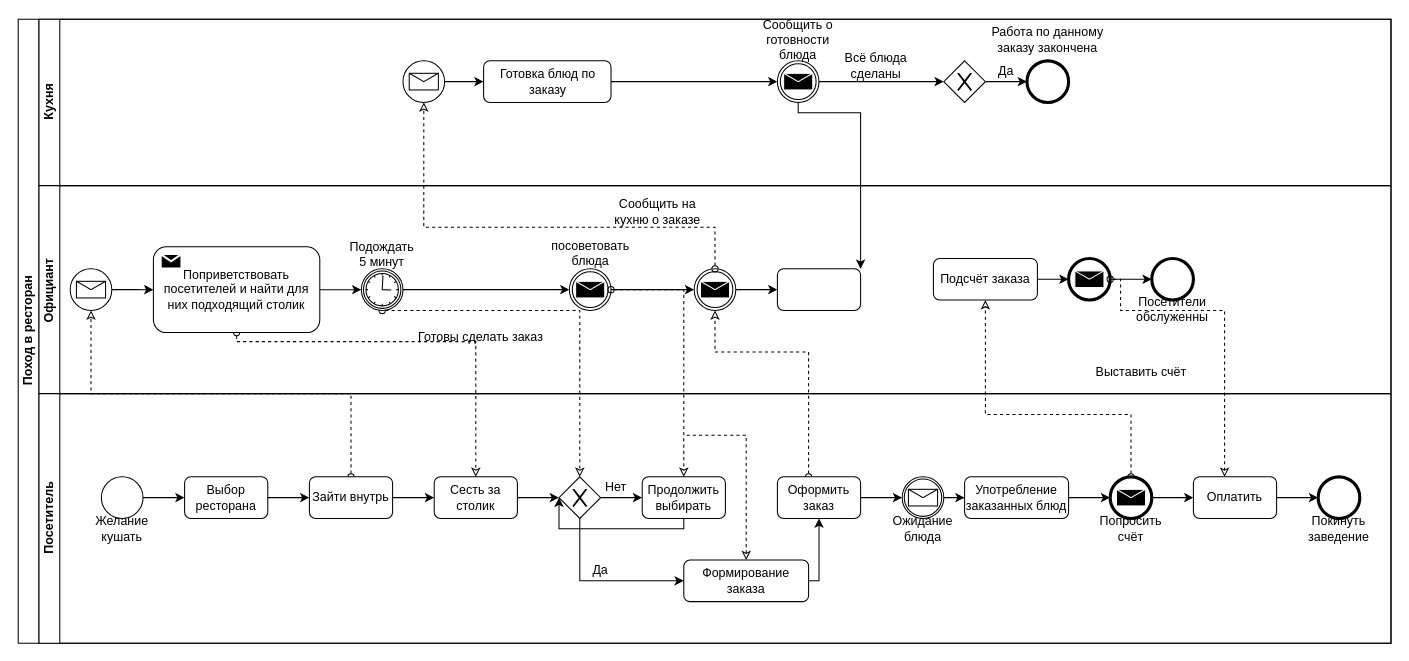
monsegard/portfolio keeps this draw.io diagram as Untitled Diagram.drawio. Above is the earlier version. Source tidied: cells renumbered, new cells numbered last; positions are measured from the earlier drawing's top-left corner, leaving out a move shared by most shapes. Both pictures are drawn from the tidied source at 104%, with x=0, y=0 at pixel (18, 19).
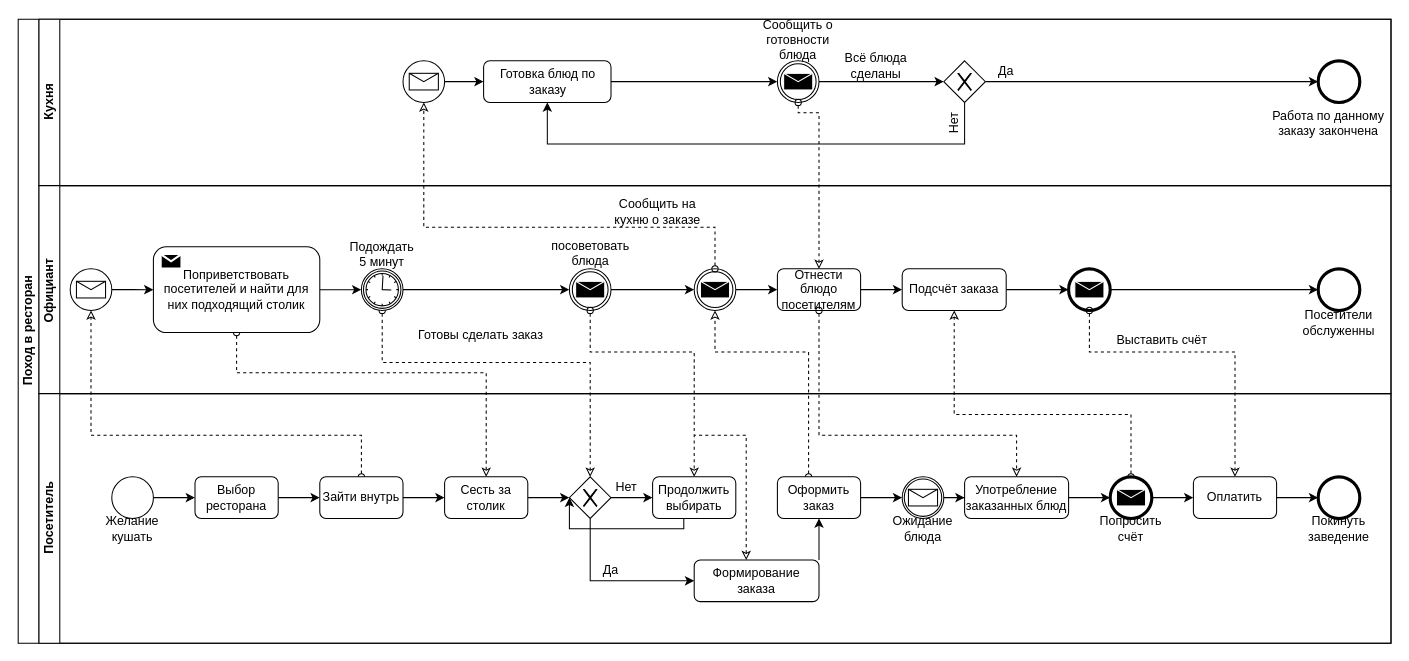
After the change.

The change refers to these unchanged cells:
```xml
<mxCell id="2" value="Поход в ресторан" style="swimlane;html=1;horizontal=0;startSize=20;" parent="1" vertex="1">
  <mxGeometry width="1320" height="600" as="geometry" />
</mxCell>
<mxCell id="3" value="Кухня" style="swimlane;html=1;startSize=20;horizontal=0;" parent="2" vertex="1">
  <mxGeometry x="20" width="1300" height="160" as="geometry" />
</mxCell>
<mxCell id="7" value="Готовка блюд по заказу" style="rounded=1;whiteSpace=wrap;html=1;" parent="3" vertex="1">
  <mxGeometry x="427.5" y="40" width="122.5" height="40" as="geometry" />
</mxCell>
<mxCell id="8" style="shape=mxgraph.bpmn.shape;html=1;verticalLabelPosition=bottom;labelBackgroundColor=#ffffff;verticalAlign=top;align=center;perimeter=ellipsePerimeter;outlineConnect=0;outline=throwing;symbol=message;" parent="3" vertex="1">
  <mxGeometry x="710" y="40" width="40" height="40" as="geometry" />
</mxCell>
<mxCell id="16" style="shape=mxgraph.bpmn.shape;html=1;verticalLabelPosition=bottom;labelBackgroundColor=#ffffff;verticalAlign=top;align=center;perimeter=rhombusPerimeter;background=gateway;outlineConnect=0;outline=none;symbol=exclusiveGw;" parent="3" vertex="1">
  <mxGeometry x="870" y="40" width="40" height="40" as="geometry" />
</mxCell>
<mxCell id="20" value="Официант&amp;nbsp;&lt;br&gt;" style="swimlane;html=1;startSize=20;horizontal=0;" parent="2" vertex="1">
  <mxGeometry x="20" y="160" width="1300" height="200" as="geometry" />
</mxCell>
<mxCell id="22" style="shape=mxgraph.bpmn.shape;html=1;verticalLabelPosition=bottom;labelBackgroundColor=#ffffff;verticalAlign=top;align=center;perimeter=ellipsePerimeter;outlineConnect=0;outline=standard;symbol=message;" parent="20" vertex="1">
  <mxGeometry x="30" y="80" width="40" height="40" as="geometry" />
</mxCell>
<mxCell id="24" value="Поприветствовать посетителей и найти для них подходящий столик" style="html=1;whiteSpace=wrap;rounded=1;" parent="20" vertex="1">
  <mxGeometry x="110" y="58.8" width="160" height="82.5" as="geometry" />
</mxCell>
<mxCell id="27" style="shape=mxgraph.bpmn.shape;html=1;verticalLabelPosition=bottom;labelBackgroundColor=#ffffff;verticalAlign=top;align=center;perimeter=ellipsePerimeter;outlineConnect=0;outline=catching;symbol=timer;" parent="20" vertex="1">
  <mxGeometry x="310" y="80" width="40" height="40" as="geometry" />
</mxCell>
<mxCell id="32" style="shape=mxgraph.bpmn.shape;html=1;verticalLabelPosition=bottom;labelBackgroundColor=#ffffff;verticalAlign=top;align=center;perimeter=ellipsePerimeter;outlineConnect=0;outline=throwing;symbol=message;" parent="20" vertex="1">
  <mxGeometry x="510" y="80" width="40" height="40" as="geometry" />
</mxCell>
<mxCell id="50" value="Посетитель" style="swimlane;html=1;startSize=20;horizontal=0;" parent="2" vertex="1">
  <mxGeometry x="20" y="360" width="1300" height="240" as="geometry" />
</mxCell>
<mxCell id="70" value="Оформить заказ" style="rounded=1;whiteSpace=wrap;html=1;" parent="50" vertex="1">
  <mxGeometry x="710" y="80" width="80" height="40" as="geometry" />
</mxCell>
<mxCell id="73" value="Употребление заказанных блюд" style="rounded=1;whiteSpace=wrap;html=1;" parent="50" vertex="1">
  <mxGeometry x="890" y="80" width="100" height="40" as="geometry" />
</mxCell>
<mxCell id="77" value="Оплатить" style="rounded=1;whiteSpace=wrap;html=1;" parent="50" vertex="1">
  <mxGeometry x="1110" y="80" width="80" height="40" as="geometry" />
</mxCell>
```

Change to the diagram source:
```diff
@@
     <mxCell id="13" style="shape=mxgraph.bpmn.shape;html=1;verticalLabelPosition=bottom;labelBackgroundColor=#ffffff;verticalAlign=top;align=center;perimeter=ellipsePerimeter;outlineConnect=0;outline=end;symbol=general;" parent="3" vertex="1">
-      <mxGeometry x="950" y="40" width="40" height="40" as="geometry" />
+      <mxGeometry x="1230" y="40" width="40" height="40" as="geometry" />
     </mxCell>
@@
     <mxCell id="15" value="Работа по данному заказу закончена" style="text;html=1;strokeColor=none;fillColor=none;align=center;verticalAlign=middle;whiteSpace=wrap;rounded=0;" parent="3" vertex="1">
-      <mxGeometry x="910" width="120" height="40" as="geometry" />
+      <mxGeometry x="1180" y="80" width="120" height="40" as="geometry" />
     </mxCell>
@@
+    <mxCell id="84" style="edgeStyle=orthogonalEdgeStyle;rounded=0;jettySize=auto;html=1;startArrow=none;startFill=0;endArrow=classic;endFill=1;entryX=0.5;entryY=1;entryDx=0;entryDy=0;" parent="3" edge="1" source="16" target="7">
+      <mxGeometry relative="1" as="geometry">
+        <Array as="points">
+          <mxPoint x="890" y="120" />
+          <mxPoint x="489" y="120" />
+        </Array>
+      </mxGeometry>
+    </mxCell>
+    <mxCell id="85" value="Нет&lt;br&gt;" style="text;html=1;strokeColor=none;fillColor=none;align=center;verticalAlign=middle;whiteSpace=wrap;rounded=0;rotation=-90;" parent="3" vertex="1">
+      <mxGeometry x="860" y="90" width="40" height="20" as="geometry" />
+    </mxCell>
     <mxCell id="17" style="edgeStyle=orthogonalEdgeStyle;rounded=0;jettySize=auto;html=1;entryX=0.5;entryY=1;entryDx=0;entryDy=0;dashed=1;endArrow=classic;endFill=0;startArrow=oval;startFill=0;" parent="2" edge="1" source="57" target="22">
       <mxGeometry relative="1" as="geometry">
         <Array as="points">
-          <mxPoint x="320" y="360" />
-          <mxPoint x="70" y="360" />
+          <mxPoint x="330" y="400" />
+          <mxPoint x="70" y="400" />
         </Array>
       </mxGeometry>
     </mxCell>
     <mxCell id="18" style="edgeStyle=orthogonalEdgeStyle;rounded=0;jettySize=auto;html=1;entryX=0.5;entryY=0;entryDx=0;entryDy=0;startArrow=oval;startFill=0;endArrow=classic;endFill=0;dashed=1;exitX=0.5;exitY=1;exitDx=0;exitDy=0;" parent="2" edge="1" source="24" target="59">
       <mxGeometry relative="1" as="geometry">
         <Array as="points">
-          <mxPoint x="210" y="310" />
-          <mxPoint x="440" y="310" />
+          <mxPoint x="210" y="340" />
+          <mxPoint x="450" y="340" />
         </Array>
       </mxGeometry>
     </mxCell>
     <mxCell id="19" style="edgeStyle=orthogonalEdgeStyle;rounded=0;jettySize=auto;html=1;entryX=0.5;entryY=0;entryDx=0;entryDy=0;startArrow=oval;startFill=0;endArrow=classic;endFill=0;dashed=1;exitX=0.5;exitY=1;exitDx=0;exitDy=0;" parent="2" edge="1" source="27" target="63">
       <mxGeometry relative="1" as="geometry">
         <Array as="points">
-          <mxPoint x="350" y="280" />
-          <mxPoint x="540" y="280" />
+          <mxPoint x="350" y="330" />
+          <mxPoint x="550" y="330" />
         </Array>
       </mxGeometry>
     </mxCell>
@@
-    <mxCell id="29" value="Готовы сделать заказ" style="text;html=1;strokeColor=none;fillColor=none;align=center;verticalAlign=middle;whiteSpace=wrap;rounded=0;" parent="20" vertex="1">
-      <mxGeometry x="330" y="131.2" width="190" height="30" as="geometry" />
-    </mxCell>
@@
     <mxCell id="37" value="Подсчёт заказа" style="rounded=1;whiteSpace=wrap;html=1;" parent="20" vertex="1">
-      <mxGeometry x="860" y="70" width="100" height="40" as="geometry" />
+      <mxGeometry x="830" y="80" width="100" height="40" as="geometry" />
     </mxCell>
     <mxCell id="38" style="shape=mxgraph.bpmn.shape;html=1;verticalLabelPosition=bottom;labelBackgroundColor=#ffffff;verticalAlign=top;align=center;perimeter=ellipsePerimeter;outlineConnect=0;outline=end;symbol=message;" parent="20" vertex="1">
-      <mxGeometry x="990" y="70" width="40" height="40" as="geometry" />
+      <mxGeometry x="990" y="80" width="40" height="40" as="geometry" />
     </mxCell>
     <mxCell id="39" value="Выставить счёт" style="text;html=1;strokeColor=none;fillColor=none;align=center;verticalAlign=middle;whiteSpace=wrap;rounded=0;" parent="20" vertex="1">
-      <mxGeometry x="1010" y="170" width="100" height="20" as="geometry" />
+      <mxGeometry x="1010" y="138.8" width="140" height="20" as="geometry" />
     </mxCell>
     <mxCell id="40" style="shape=mxgraph.bpmn.shape;html=1;verticalLabelPosition=bottom;labelBackgroundColor=#ffffff;verticalAlign=top;align=center;perimeter=ellipsePerimeter;outlineConnect=0;outline=end;symbol=general;" parent="20" vertex="1">
-      <mxGeometry x="1070" y="70" width="40" height="40" as="geometry" />
+      <mxGeometry x="1230" y="80" width="40" height="40" as="geometry" />
     </mxCell>
@@
     <mxCell id="42" value="Посетители обслуженны" style="text;html=1;strokeColor=none;fillColor=none;align=center;verticalAlign=middle;whiteSpace=wrap;rounded=0;" parent="20" vertex="1">
-      <mxGeometry x="1050" y="110" width="80" height="18.8" as="geometry" />
+      <mxGeometry x="1210" y="122.5" width="80" height="18.8" as="geometry" />
     </mxCell>
+    <mxCell id="86" style="edgeStyle=orthogonalEdgeStyle;rounded=0;jettySize=auto;html=1;entryX=0;entryY=0.5;entryDx=0;entryDy=0;startArrow=none;startFill=0;endArrow=classic;endFill=1;" parent="20" edge="1" source="43" target="37">
+      <mxGeometry relative="1" as="geometry" />
+    </mxCell>
-    <mxCell id="43" style="rounded=1;whiteSpace=wrap;html=1;" parent="20" vertex="1">
+    <mxCell id="43" value="Отнести блюдо посетителям" style="rounded=1;whiteSpace=wrap;html=1;" parent="20" vertex="1">
       <mxGeometry x="710" y="80" width="80" height="40" as="geometry" />
     </mxCell>
+    <mxCell id="29" value="Готовы сделать заказ" style="text;html=1;strokeColor=none;fillColor=none;align=center;verticalAlign=middle;whiteSpace=wrap;rounded=0;" parent="20" vertex="1">
+      <mxGeometry x="330" y="128.8" width="190" height="30" as="geometry" />
+    </mxCell>
     <mxCell id="44" style="edgeStyle=orthogonalEdgeStyle;rounded=0;jettySize=auto;html=1;entryX=0.5;entryY=0;entryDx=0;entryDy=0;dashed=1;startArrow=oval;startFill=0;endArrow=classic;endFill=0;" parent="2" edge="1" source="32" target="65">
       <mxGeometry relative="1" as="geometry">
         <Array as="points">
-          <mxPoint x="550" y="260" />
-          <mxPoint x="640" y="260" />
+          <mxPoint x="550" y="320" />
+          <mxPoint x="650" y="320" />
         </Array>
       </mxGeometry>
     </mxCell>
@@
-    <mxCell id="47" style="edgeStyle=orthogonalEdgeStyle;rounded=0;jettySize=auto;html=1;startArrow=oval;startFill=0;endArrow=classic;endFill=0;dashed=1;" parent="2" edge="1" source="38" target="77">
+    <mxCell id="47" style="edgeStyle=orthogonalEdgeStyle;rounded=0;jettySize=auto;html=1;startArrow=oval;startFill=0;endArrow=classic;endFill=0;dashed=1;exitX=0.5;exitY=1;exitDx=0;exitDy=0;" parent="2" edge="1" source="38" target="77">
       <mxGeometry relative="1" as="geometry">
         <Array as="points">
-          <mxPoint x="1060" y="280" />
-          <mxPoint x="1160" y="280" />
+          <mxPoint x="1030" y="320" />
+          <mxPoint x="1170" y="320" />
         </Array>
       </mxGeometry>
     </mxCell>
@@
-    <mxCell id="49" style="edgeStyle=orthogonalEdgeStyle;rounded=0;jettySize=auto;html=1;startArrow=none;startFill=0;endArrow=classic;endFill=1;" parent="2" edge="1" source="8" target="43">
+    <mxCell id="49" style="edgeStyle=orthogonalEdgeStyle;rounded=0;jettySize=auto;html=1;startArrow=oval;startFill=0;endArrow=classic;endFill=0;dashed=1;" parent="2" edge="1" source="8" target="43">
       <mxGeometry relative="1" as="geometry">
         <Array as="points">
           <mxPoint x="750" y="90" />
-          <mxPoint x="810" y="90" />
+          <mxPoint x="770" y="90" />
         </Array>
       </mxGeometry>
     </mxCell>
+    <mxCell id="87" style="edgeStyle=orthogonalEdgeStyle;rounded=0;jettySize=auto;html=1;startArrow=oval;startFill=0;endArrow=classic;endFill=0;dashed=1;" parent="2" edge="1" source="43" target="73">
+      <mxGeometry relative="1" as="geometry">
+        <Array as="points">
+          <mxPoint x="770" y="400" />
+          <mxPoint x="960" y="400" />
+        </Array>
+      </mxGeometry>
+    </mxCell>
@@
     <mxCell id="52" style="ellipse;whiteSpace=wrap;html=1;" parent="50" vertex="1">
-      <mxGeometry x="60" y="80" width="40" height="40" as="geometry" />
+      <mxGeometry x="70" y="80" width="40" height="40" as="geometry" />
     </mxCell>
     <mxCell id="53" value="Желание кушать" style="text;html=1;strokeColor=none;fillColor=none;align=center;verticalAlign=middle;whiteSpace=wrap;rounded=0;" parent="50" vertex="1">
-      <mxGeometry x="60" y="120" width="40" height="20" as="geometry" />
+      <mxGeometry x="70" y="120" width="40" height="20" as="geometry" />
     </mxCell>
@@
     <mxCell id="55" value="Выбор ресторана" style="rounded=1;whiteSpace=wrap;html=1;" parent="50" vertex="1">
-      <mxGeometry x="140" y="80" width="80" height="40" as="geometry" />
+      <mxGeometry x="150" y="80" width="80" height="40" as="geometry" />
     </mxCell>
@@
     <mxCell id="57" value="Зайти внутрь" style="rounded=1;whiteSpace=wrap;html=1;" parent="50" vertex="1">
-      <mxGeometry x="260" y="80" width="80" height="40" as="geometry" />
+      <mxGeometry x="270" y="80" width="80" height="40" as="geometry" />
     </mxCell>
@@
     <mxCell id="59" value="Сесть за столик" style="rounded=1;whiteSpace=wrap;html=1;" parent="50" vertex="1">
-      <mxGeometry x="380" y="80" width="80" height="40" as="geometry" />
+      <mxGeometry x="390" y="80" width="80" height="40" as="geometry" />
     </mxCell>
     <mxCell id="60" style="edgeStyle=orthogonalEdgeStyle;rounded=0;jettySize=auto;html=1;entryX=0.5;entryY=1;entryDx=0;entryDy=0;startArrow=none;startFill=0;endArrow=classic;endFill=1;" parent="50" edge="1" source="61" target="70">
       <mxGeometry relative="1" as="geometry">
         <Array as="points">
-          <mxPoint x="750" y="180" />
+          <mxPoint x="750" y="160" />
+          <mxPoint x="750" y="160" />
         </Array>
       </mxGeometry>
     </mxCell>
     <mxCell id="61" value="Формирование заказа" style="rounded=1;whiteSpace=wrap;html=1;" parent="50" vertex="1">
-      <mxGeometry x="620" y="160" width="120" height="40" as="geometry" />
+      <mxGeometry x="630" y="160" width="120" height="40" as="geometry" />
     </mxCell>
     <mxCell id="62" style="edgeStyle=orthogonalEdgeStyle;rounded=0;jettySize=auto;html=1;entryX=0;entryY=0.5;entryDx=0;entryDy=0;startArrow=none;startFill=0;endArrow=classic;endFill=1;exitX=0.5;exitY=1;exitDx=0;exitDy=0;" parent="50" edge="1" source="63" target="61">
       <mxGeometry relative="1" as="geometry">
         <Array as="points">
-          <mxPoint x="520" y="180" />
+          <mxPoint x="530" y="180" />
         </Array>
       </mxGeometry>
     </mxCell>
     <mxCell id="63" style="shape=mxgraph.bpmn.shape;html=1;verticalLabelPosition=bottom;labelBackgroundColor=#ffffff;verticalAlign=top;align=center;perimeter=rhombusPerimeter;background=gateway;outlineConnect=0;outline=none;symbol=exclusiveGw;" parent="50" vertex="1">
-      <mxGeometry x="500" y="80" width="40" height="40" as="geometry" />
+      <mxGeometry x="510" y="80" width="40" height="40" as="geometry" />
     </mxCell>
     <mxCell id="64" value="Да" style="text;html=1;strokeColor=none;fillColor=none;align=center;verticalAlign=middle;whiteSpace=wrap;rounded=0;" parent="50" vertex="1">
-      <mxGeometry x="520" y="160" width="40" height="20" as="geometry" />
+      <mxGeometry x="530" y="160" width="40" height="20" as="geometry" />
     </mxCell>
     <mxCell id="65" value="Продолжить выбирать" style="rounded=1;whiteSpace=wrap;html=1;" parent="50" vertex="1">
-      <mxGeometry x="580" y="80" width="80" height="40" as="geometry" />
+      <mxGeometry x="590" y="80" width="80" height="40" as="geometry" />
     </mxCell>
@@
     <mxCell id="67" value="Нет" style="text;html=1;strokeColor=none;fillColor=none;align=center;verticalAlign=middle;whiteSpace=wrap;rounded=0;" parent="50" vertex="1">
-      <mxGeometry x="540" y="80" width="30" height="20" as="geometry" />
+      <mxGeometry x="550" y="80" width="30" height="20" as="geometry" />
     </mxCell>
     <mxCell id="68" style="edgeStyle=orthogonalEdgeStyle;rounded=0;jettySize=auto;html=1;startArrow=none;startFill=0;endArrow=classic;endFill=1;entryX=0;entryY=0.5;entryDx=0;entryDy=0;" parent="50" edge="1" source="65" target="63">
       <mxGeometry relative="1" as="geometry">
         <Array as="points">
           <mxPoint x="620" y="130" />
-          <mxPoint x="500" y="130" />
+          <mxPoint x="510" y="130" />
         </Array>
       </mxGeometry>
     </mxCell>
@@
     <mxCell id="83" style="edgeStyle=orthogonalEdgeStyle;rounded=0;jettySize=auto;html=1;startArrow=classic;startFill=0;endArrow=none;endFill=0;dashed=1;" parent="1" edge="1" source="61">
       <mxGeometry relative="1" as="geometry">
-        <mxPoint x="640" y="400" as="targetPoint" />
+        <mxPoint x="650" y="400" as="targetPoint" />
         <Array as="points">
           <mxPoint x="700" y="400" />
         </Array>
       </mxGeometry>
     </mxCell>
```
